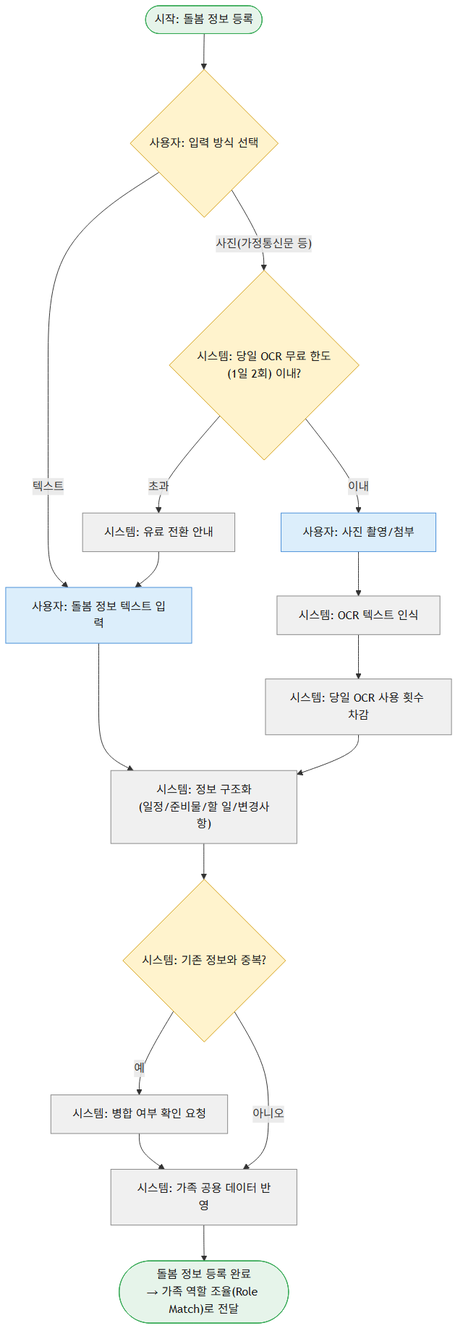
Above: docs/서비스흐름도/03_돌봄정보등록_FamilyInbox.png in tarcein/LGDXPJ (Mermaid), before the change. Its source is kept beside it as docs/서비스흐름도/03_돌봄정보등록_FamilyInbox.mmd.
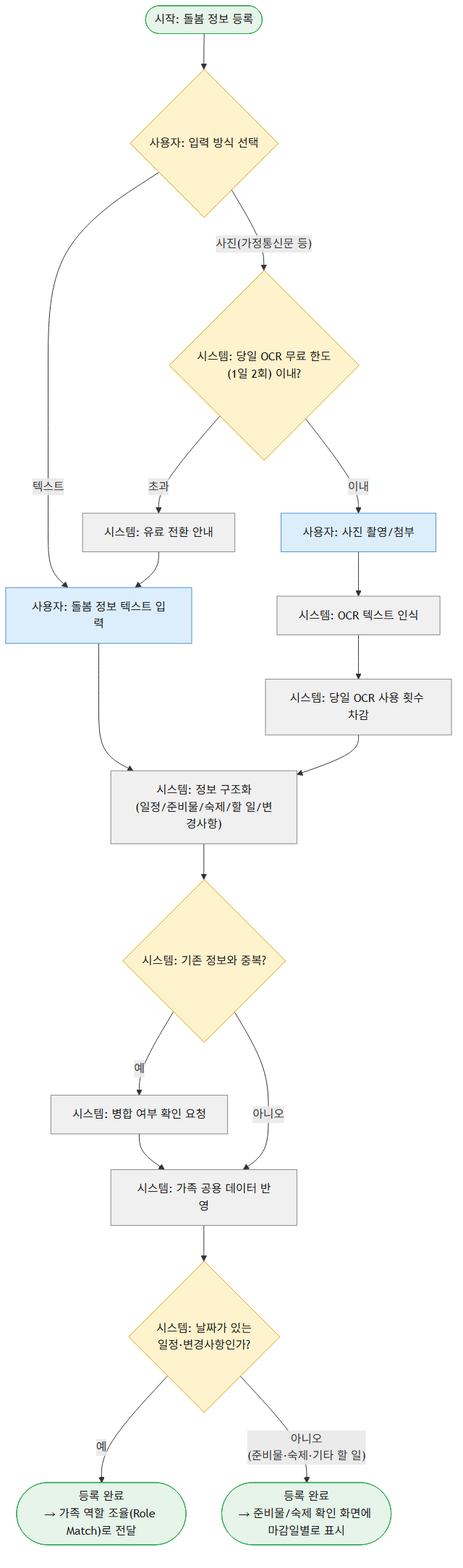
The same file after the commit.

What changed in the source:
```diff
@@ -7,13 +7,15 @@
     C0 -- "이내" --> C["사용자: 사진 촬영/첨부"]:::user
     C --> D["시스템: OCR 텍스트 인식"]:::system
     D --> D1["시스템: 당일 OCR 사용 횟수 차감"]:::system
-    D1 --> E["시스템: 정보 구조화\n(일정/준비물/할 일/변경사항)"]:::system
+    D1 --> E["시스템: 정보 구조화\n(일정/준비물/숙제/할 일/변경사항)"]:::system
     B --> E
     E --> F{"시스템: 기존 정보와 중복?"}:::decision
     F -- "예" --> G["시스템: 병합 여부 확인 요청"]:::system
     F -- "아니오" --> H["시스템: 가족 공용 데이터 반영"]:::system
     G --> H
-    H --> End(["돌봄 정보 등록 완료\n→ 가족 역할 조율(Role Match)로 전달"]):::terminal
+    H --> I{"시스템: 날짜가 있는\n일정·변경사항인가?"}:::decision
+    I -- "예" --> End(["등록 완료\n→ 가족 역할 조율(Role Match)로 전달"]):::terminal
+    I -- "아니오\n(준비물·숙제·기타 할 일)" --> End2(["등록 완료\n→ 준비물/숙제 확인 화면에 마감일별로 표시"]):::terminal
 
     classDef user fill:#DCEEFB,stroke:#4A90D9,stroke-width:1px,color:#1a1a1a;
     classDef system fill:#F0F0F0,stroke:#888888,stroke-width:1px,color:#1a1a1a;
```
